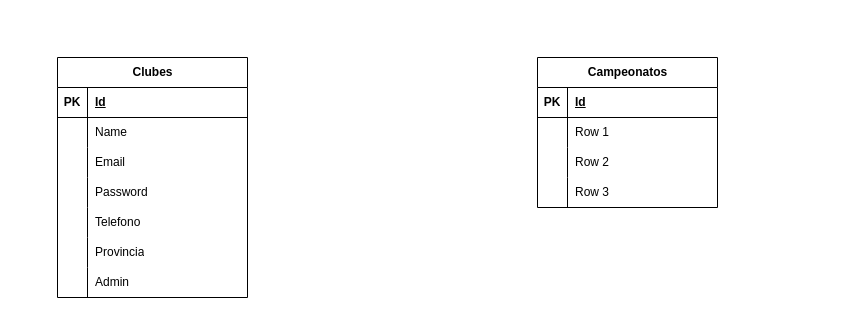
Earlier version of the draw.io diagram Diagrama sin título.drawio (IvanSoriano19/tkdata-react-mui). Source tidied: cells renumbered, new cells numbered last; positions are measured from the earlier drawing's top-left corner, leaving out a move shared by most shapes. Both pictures are drawn from the tidied source at 100%, with x=0, y=0 at pixel (57, 57).
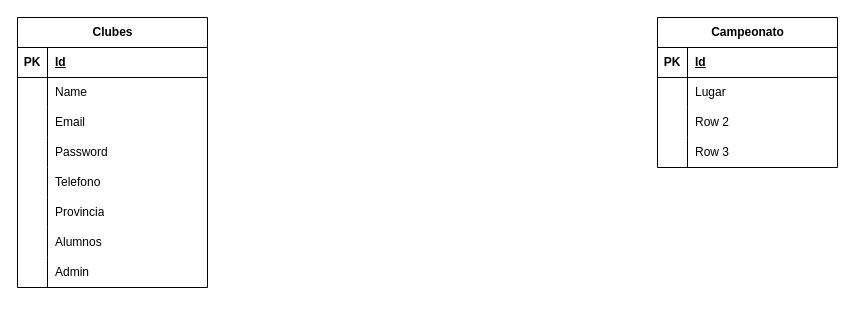
The same page after the edit.

Unchanged cells that the change refers to:
```xml
<mxCell id="28" style="shape=tableRow;horizontal=0;startSize=0;swimlaneHead=0;swimlaneBody=0;fillColor=none;top=0;left=0;right=0;bottom=0;" parent="24" vertex="1">
  <mxGeometry y="60" width="180" height="30" as="geometry" />
</mxCell>
```

Change to the diagram source:
```diff
@@
     <mxCell id="2" value="Clubes" style="shape=table;startSize=30;childLayout=tableLayout;rowLines=0;fontStyle=1;align=center;html=1;" parent="1" vertex="1">
-      <mxGeometry width="190" height="240" as="geometry" />
+      <mxGeometry x="-40" y="-40" width="190" height="270" as="geometry" />
     </mxCell>
@@
+    <mxCell id="37" style="shape=tableRow;horizontal=0;startSize=0;swimlaneHead=0;swimlaneBody=0;fillColor=none;top=0;left=0;right=0;bottom=0;" parent="2" vertex="1">
+      <mxGeometry y="210" width="190" height="30" as="geometry" />
+    </mxCell>
+    <mxCell id="38" style="shape=partialRectangle;fillColor=none;top=0;left=0;bottom=0;right=0;overflow=hidden;whiteSpace=wrap;html=1;" parent="37" vertex="1">
+      <mxGeometry width="30" height="30" as="geometry" />
+    </mxCell>
+    <mxCell id="39" value="Alumnos" style="shape=partialRectangle;fillColor=none;top=0;left=0;bottom=0;right=0;align=left;spacingLeft=6;overflow=hidden;whiteSpace=wrap;html=1;" parent="37" vertex="1">
+      <mxGeometry x="30" width="160" height="30" as="geometry" />
+    </mxCell>
     <mxCell id="21" style="shape=tableRow;horizontal=0;startSize=0;swimlaneHead=0;swimlaneBody=0;fillColor=none;top=0;left=0;right=0;bottom=0;" parent="2" vertex="1">
-      <mxGeometry y="210" width="190" height="30" as="geometry" />
+      <mxGeometry y="240" width="190" height="30" as="geometry" />
     </mxCell>
@@
-    <mxCell id="24" value="Campeonatos" style="shape=table;startSize=30;childLayout=tableLayout;rowLines=0;fontStyle=1;align=center;html=1;" parent="1" vertex="1">
-      <mxGeometry x="480" width="180" height="150" as="geometry" />
+    <mxCell id="24" value="Campeonato" style="shape=table;startSize=30;childLayout=tableLayout;rowLines=0;fontStyle=1;align=center;html=1;" parent="1" vertex="1">
+      <mxGeometry x="600" y="-40" width="180" height="150" as="geometry" />
     </mxCell>
@@
-    <mxCell id="30" value="Row 1" style="shape=partialRectangle;fillColor=none;top=0;left=0;bottom=0;right=0;align=left;spacingLeft=6;overflow=hidden;whiteSpace=wrap;html=1;" parent="28" vertex="1">
+    <mxCell id="30" value="Lugar&lt;br&gt;" style="shape=partialRectangle;fillColor=none;top=0;left=0;bottom=0;right=0;align=left;spacingLeft=6;overflow=hidden;whiteSpace=wrap;html=1;" parent="28" vertex="1">
       <mxGeometry x="30" width="150" height="30" as="geometry" />
     </mxCell>
```
